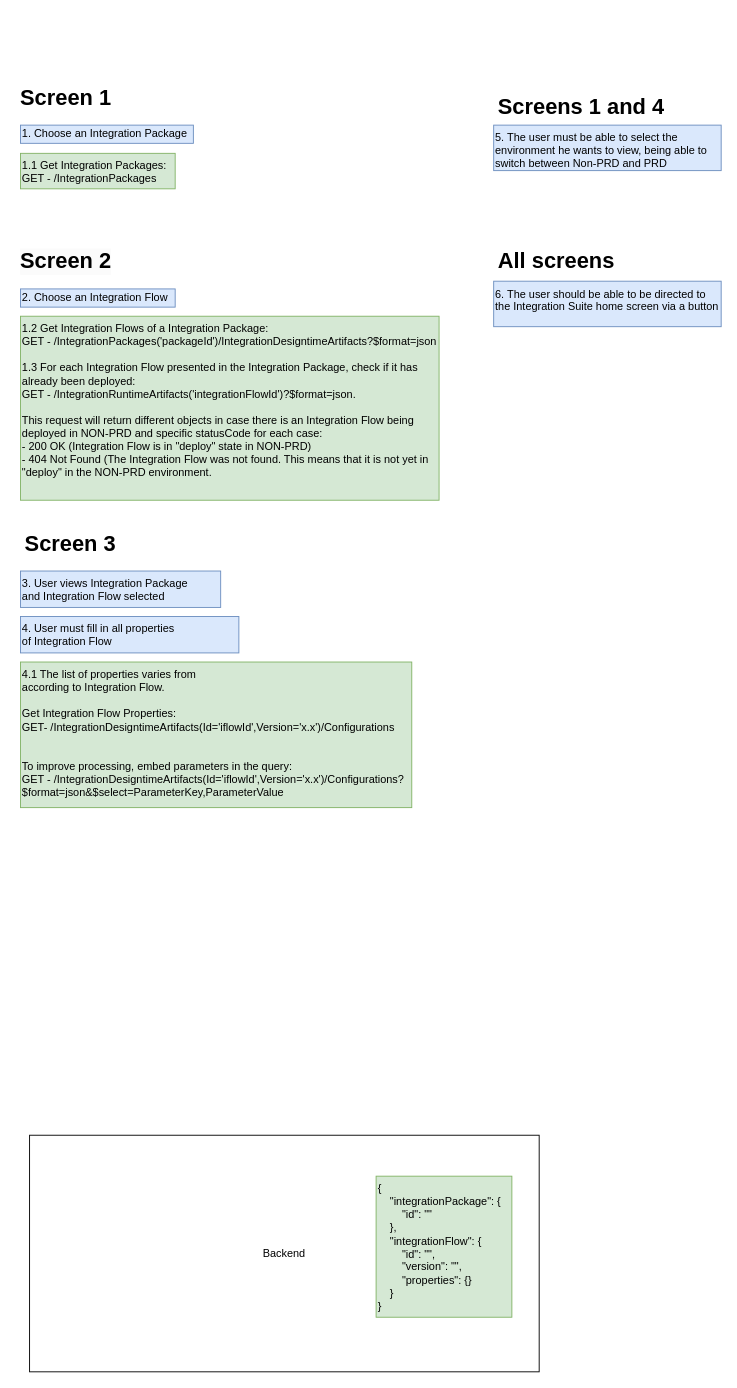
Earlier version of the draw.io diagram page "Frontend UseCases" (3 of 5) of cpi-publisher-diagram.drawio (gabriel-rodrigues-f/sap-cloud-integration-architectural-diagrams). Source tidied: cells renumbered, new cells numbered last; positions are measured from the earlier drawing's top-left corner, leaving out a move shared by most shapes. Both pictures are drawn from the tidied source at 91%, with x=0, y=0 at pixel (15, 79).
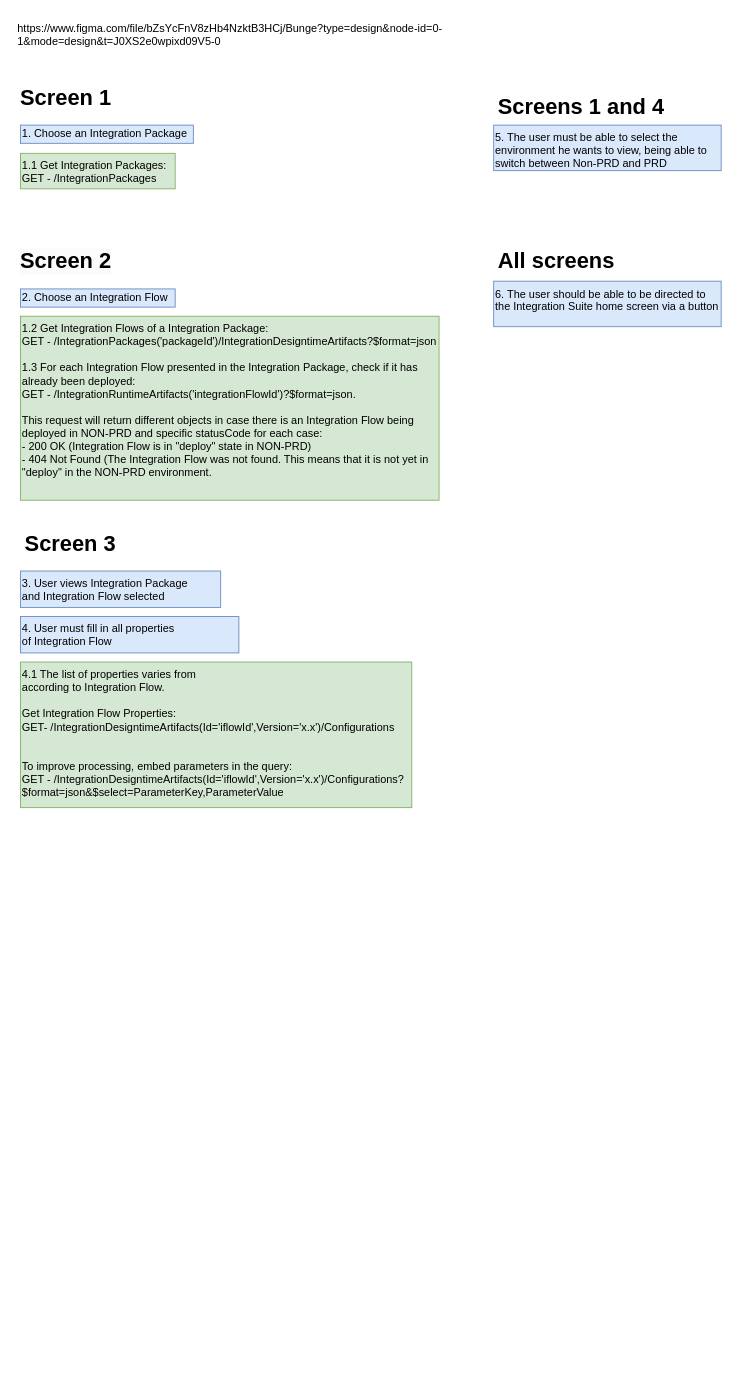
After the change.

Change to the diagram source:
```diff
@@
 <mxGraphModel>
   <root>
     <mxCell id="0" />
     <mxCell id="1" parent="0" />
     <mxCell id="2" value="1.1 Get Integration Packages:&#10;GET - /IntegrationPackages" style="text;whiteSpace=wrap;fillColor=#d5e8d4;strokeColor=#82b366;" parent="1" vertex="1">
       <mxGeometry x="5" y="81" width="170" height="39" as="geometry" />
     </mxCell>
     <mxCell id="3" value="1.2 Get Integration Flows of a Integration Package:&#10;GET - /IntegrationPackages('packageId')/IntegrationDesigntimeArtifacts?$format=json&#10;&#10;1.3 For each Integration Flow presented in the Integration Package, check if it has already been deployed:&#10;GET - /IntegrationRuntimeArtifacts('integrationFlowId')?$format=json.&#10;&#10;This request will return different objects in case there is an Integration Flow being deployed in NON-PRD and specific statusCode for each case:&#10;- 200 OK (Integration Flow is in &quot;deploy&quot; state in NON-PRD)&#10;- 404 Not Found (The Integration Flow was not found. This means that it is not yet in &quot;deploy&quot; in the NON-PRD environment." style="text;whiteSpace=wrap;fillColor=#d5e8d4;strokeColor=#82b366;" parent="1" vertex="1">
       <mxGeometry x="5" y="260" width="460" height="202.2" as="geometry" />
     </mxCell>
     <mxCell id="4" value="4.1 The list of properties varies from&#10;according to Integration Flow.&#10;&#10;Get Integration Flow Properties:&#10;GET- /IntegrationDesigntimeArtifacts(Id='iflowId',Version='x.x')/Configurations&#10;&#10;&#10;To improve processing, embed parameters in the query:&#10;GET - /IntegrationDesigntimeArtifacts(Id='iflowId',Version='x.x')/Configurations?$format=json&amp;$select=ParameterKey,ParameterValue" style="text;whiteSpace=wrap;fillColor=#d5e8d4;strokeColor=#82b366;" parent="1" vertex="1">
       <mxGeometry x="5" y="640" width="430" height="160" as="geometry" />
     </mxCell>
     <mxCell id="5" value="1. Choose an Integration Package" style="text;whiteSpace=wrap;fillColor=#dae8fc;strokeColor=#6c8ebf;verticalAlign=middle;" parent="1" vertex="1">
       <mxGeometry x="5" y="50" width="190" height="20" as="geometry" />
     </mxCell>
     <mxCell id="6" value="2. Choose an Integration Flow" style="text;whiteSpace=wrap;fillColor=#dae8fc;strokeColor=#6c8ebf;verticalAlign=middle;" parent="1" vertex="1">
       <mxGeometry x="5" y="230" width="170" height="20" as="geometry" />
     </mxCell>
     <mxCell id="7" value="3. User views Integration Package&#10;and Integration Flow selected" style="text;whiteSpace=wrap;fillColor=#dae8fc;strokeColor=#6c8ebf;" parent="1" vertex="1">
       <mxGeometry x="5" y="540" width="220" height="40" as="geometry" />
     </mxCell>
     <mxCell id="8" value="4. User must fill in all properties&#10;of Integration Flow" style="text;whiteSpace=wrap;fillColor=#dae8fc;strokeColor=#6c8ebf;" parent="1" vertex="1">
       <mxGeometry x="5" y="590" width="240" height="40" as="geometry" />
     </mxCell>
-    <mxCell id="9" style="group;fillColor=none;" parent="1" vertex="1">
-      <mxGeometry x="15" y="1160" width="560" height="260" as="geometry" />
-    </mxCell>
-    <mxCell id="10" value="Backend" style="rounded=0;whiteSpace=wrap;html=1;fillColor=none;" parent="9" vertex="1">
-      <mxGeometry width="560" height="260" as="geometry" />
-    </mxCell>
-    <mxCell id="11" value="{&#10;    &quot;integrationPackage&quot;: {&#10;        &quot;id&quot;: &quot;&quot;&#10;    },&#10;    &quot;integrationFlow&quot;: {&#10;        &quot;id&quot;: &quot;&quot;,&#10;        &quot;version&quot;: &quot;&quot;,&#10;        &quot;properties&quot;: {}&#10;    }&#10;}" style="text;whiteSpace=wrap;fillColor=#d5e8d4;strokeColor=#82b366;" parent="9" vertex="1">
-      <mxGeometry x="380.8" y="45" width="149.2" height="155" as="geometry" />
-    </mxCell>
     <mxCell id="12" value="6. The user should be able to be directed to the Integration Suite home screen via a button" style="text;whiteSpace=wrap;fillColor=#dae8fc;strokeColor=#6c8ebf;" parent="1" vertex="1">
       <mxGeometry x="525" y="221.5" width="250" height="50" as="geometry" />
     </mxCell>
     <mxCell id="13" value="5. The user must be able to select the environment he wants to view, being able to switch between Non-PRD and PRD" style="text;whiteSpace=wrap;fillColor=#dae8fc;strokeColor=#6c8ebf;" parent="1" vertex="1">
       <mxGeometry x="525" y="50" width="250" height="50" as="geometry" />
     </mxCell>
     <mxCell id="14" value="&lt;h1&gt;Screen 1&lt;/h1&gt;" style="text;html=1;strokeColor=none;fillColor=none;spacing=5;spacingTop=-20;whiteSpace=wrap;overflow=hidden;rounded=0;" parent="1" vertex="1">
       <mxGeometry width="115" height="35" as="geometry" />
     </mxCell>
     <mxCell id="15" value="&lt;h1 style=&quot;border-color: var(--border-color); color: rgb(0, 0, 0); font-family: Helvetica; font-style: normal; font-variant-ligatures: normal; font-variant-caps: normal; letter-spacing: normal; orphans: 2; text-align: left; text-indent: 0px; text-transform: none; widows: 2; word-spacing: 0px; -webkit-text-stroke-width: 0px; background-color: rgb(251, 251, 251); text-decoration-thickness: initial; text-decoration-style: initial; text-decoration-color: initial;&quot;&gt;Screen 2&lt;/h1&gt;" style="text;html=1;strokeColor=none;fillColor=none;spacing=5;spacingTop=-20;whiteSpace=wrap;overflow=hidden;rounded=0;" parent="1" vertex="1">
       <mxGeometry y="180" width="115" height="41.5" as="geometry" />
     </mxCell>
     <mxCell id="16" value="&lt;h1 style=&quot;border-color: var(--border-color);&quot;&gt;Screen 3&lt;/h1&gt;" style="text;html=1;strokeColor=none;fillColor=none;spacing=5;spacingTop=-20;whiteSpace=wrap;overflow=hidden;rounded=0;" parent="1" vertex="1">
       <mxGeometry x="5" y="489.5" width="110" height="31" as="geometry" />
     </mxCell>
     <mxCell id="17" value="&lt;h1&gt;Screens 1 and 4&lt;/h1&gt;" style="text;html=1;strokeColor=none;fillColor=none;spacing=5;spacingTop=-20;whiteSpace=wrap;overflow=hidden;rounded=0;" parent="1" vertex="1">
       <mxGeometry x="525" y="10" width="200" height="35" as="geometry" />
     </mxCell>
     <mxCell id="18" value="&lt;h1&gt;All screens&lt;/h1&gt;" style="text;html=1;strokeColor=none;fillColor=none;spacing=5;spacingTop=-20;whiteSpace=wrap;overflow=hidden;rounded=0;" parent="1" vertex="1">
       <mxGeometry x="525" y="180" width="180" height="35" as="geometry" />
     </mxCell>
+    <mxCell id="19" value="https://www.figma.com/file/bZsYcFnV8zHb4NzktB3HCj/Bunge?type=design&amp;node-id=0-1&amp;mode=design&amp;t=J0XS2e0wpixd09V5-0" style="text;whiteSpace=wrap;" parent="1" vertex="1">
+      <mxGeometry y="-70" width="560" height="50" as="geometry" />
+    </mxCell>
   </root>
 </mxGraphModel>
```
